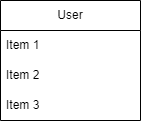
Grohot9/LWG_Online_Shop keeps this draw.io diagram as docs/DatabaseGrpah.drawio.png. Above is the earlier version. Source tidied: cells renumbered, new cells last; positions are measured from the earlier drawing's top-left corner, leaving out a move shared by most shapes.
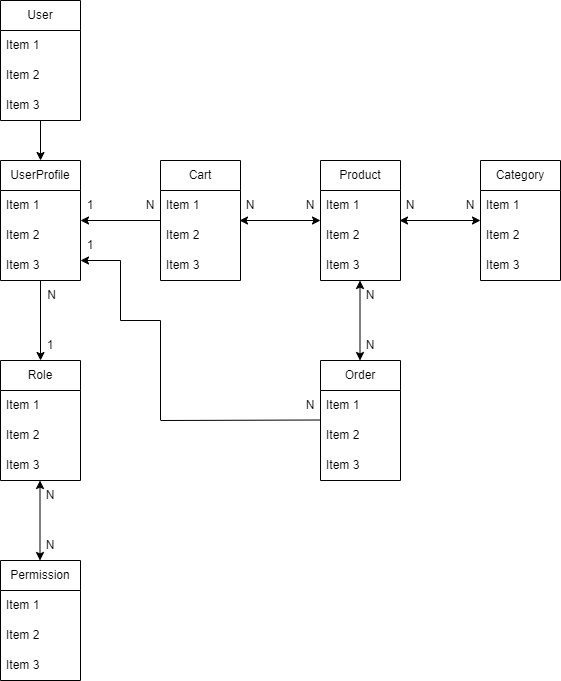
Above is the later version.

The edit, as a diff of the source:
```diff
@@ -2,17 +2,209 @@
   <root>
     <mxCell id="0" />
     <mxCell id="1" parent="0" />
+    <mxCell id="6" style="edgeStyle=orthogonalEdgeStyle;rounded=0;jettySize=auto;html=1;" parent="1" edge="1" source="2" target="8">
+      <mxGeometry relative="1" as="geometry" />
+    </mxCell>
     <mxCell id="2" value="User" style="swimlane;fontStyle=0;horizontal=1;startSize=30;whiteSpace=wrap;html=1;" parent="1" vertex="1">
-      <mxGeometry width="140" height="120" as="geometry" />
+      <mxGeometry width="80" height="120" as="geometry" />
     </mxCell>
     <mxCell id="3" value="Item 1" style="text;strokeColor=none;fillColor=none;align=left;verticalAlign=middle;spacingLeft=4;spacingRight=4;overflow=hidden;whiteSpace=wrap;html=1;" parent="2" vertex="1">
-      <mxGeometry y="30" width="140" height="30" as="geometry" />
+      <mxGeometry y="30" width="80" height="30" as="geometry" />
     </mxCell>
     <mxCell id="4" value="Item 2" style="text;strokeColor=none;fillColor=none;align=left;verticalAlign=middle;spacingLeft=4;spacingRight=4;overflow=hidden;whiteSpace=wrap;html=1;" parent="2" vertex="1">
-      <mxGeometry y="60" width="140" height="30" as="geometry" />
+      <mxGeometry y="60" width="80" height="30" as="geometry" />
     </mxCell>
     <mxCell id="5" value="Item 3" style="text;strokeColor=none;fillColor=none;align=left;verticalAlign=middle;spacingLeft=4;spacingRight=4;overflow=hidden;whiteSpace=wrap;html=1;" parent="2" vertex="1">
-      <mxGeometry y="90" width="140" height="30" as="geometry" />
+      <mxGeometry y="90" width="80" height="30" as="geometry" />
     </mxCell>
+    <mxCell id="7" style="edgeStyle=orthogonalEdgeStyle;rounded=0;jettySize=auto;html=1;" parent="1" edge="1" source="8" target="16">
+      <mxGeometry relative="1" as="geometry" />
+    </mxCell>
+    <mxCell id="8" value="UserProfile" style="swimlane;fontStyle=0;horizontal=1;startSize=30;whiteSpace=wrap;html=1;" parent="1" vertex="1">
+      <mxGeometry y="160" width="80" height="120" as="geometry" />
+    </mxCell>
+    <mxCell id="9" value="Item 1" style="text;strokeColor=none;fillColor=none;align=left;verticalAlign=middle;spacingLeft=4;spacingRight=4;overflow=hidden;whiteSpace=wrap;html=1;" parent="8" vertex="1">
+      <mxGeometry y="30" width="80" height="30" as="geometry" />
+    </mxCell>
+    <mxCell id="10" value="Item 2" style="text;strokeColor=none;fillColor=none;align=left;verticalAlign=middle;spacingLeft=4;spacingRight=4;overflow=hidden;whiteSpace=wrap;html=1;" parent="8" vertex="1">
+      <mxGeometry y="60" width="80" height="30" as="geometry" />
+    </mxCell>
+    <mxCell id="11" value="Item 3" style="text;strokeColor=none;fillColor=none;align=left;verticalAlign=middle;spacingLeft=4;spacingRight=4;overflow=hidden;whiteSpace=wrap;html=1;" parent="8" vertex="1">
+      <mxGeometry y="90" width="80" height="30" as="geometry" />
+    </mxCell>
+    <mxCell id="12" value="Cart" style="swimlane;fontStyle=0;horizontal=1;startSize=30;whiteSpace=wrap;html=1;" parent="1" vertex="1">
+      <mxGeometry x="160" y="160" width="80" height="120" as="geometry" />
+    </mxCell>
+    <mxCell id="13" value="Item 1" style="text;strokeColor=none;fillColor=none;align=left;verticalAlign=middle;spacingLeft=4;spacingRight=4;overflow=hidden;whiteSpace=wrap;html=1;" parent="12" vertex="1">
+      <mxGeometry y="30" width="80" height="30" as="geometry" />
+    </mxCell>
+    <mxCell id="14" value="Item 2" style="text;strokeColor=none;fillColor=none;align=left;verticalAlign=middle;spacingLeft=4;spacingRight=4;overflow=hidden;whiteSpace=wrap;html=1;" parent="12" vertex="1">
+      <mxGeometry y="60" width="80" height="30" as="geometry" />
+    </mxCell>
+    <mxCell id="15" value="Item 3" style="text;strokeColor=none;fillColor=none;align=left;verticalAlign=middle;spacingLeft=4;spacingRight=4;overflow=hidden;whiteSpace=wrap;html=1;" parent="12" vertex="1">
+      <mxGeometry y="90" width="80" height="30" as="geometry" />
+    </mxCell>
+    <mxCell id="16" value="Role" style="swimlane;fontStyle=0;horizontal=1;startSize=30;whiteSpace=wrap;html=1;" parent="1" vertex="1">
+      <mxGeometry y="360" width="80" height="120" as="geometry" />
+    </mxCell>
+    <mxCell id="17" value="Item 1" style="text;strokeColor=none;fillColor=none;align=left;verticalAlign=middle;spacingLeft=4;spacingRight=4;overflow=hidden;whiteSpace=wrap;html=1;" parent="16" vertex="1">
+      <mxGeometry y="30" width="80" height="30" as="geometry" />
+    </mxCell>
+    <mxCell id="18" value="Item 2" style="text;strokeColor=none;fillColor=none;align=left;verticalAlign=middle;spacingLeft=4;spacingRight=4;overflow=hidden;whiteSpace=wrap;html=1;" parent="16" vertex="1">
+      <mxGeometry y="60" width="80" height="30" as="geometry" />
+    </mxCell>
+    <mxCell id="19" value="Item 3" style="text;strokeColor=none;fillColor=none;align=left;verticalAlign=middle;spacingLeft=4;spacingRight=4;overflow=hidden;whiteSpace=wrap;html=1;" parent="16" vertex="1">
+      <mxGeometry y="90" width="80" height="30" as="geometry" />
+    </mxCell>
+    <mxCell id="20" value="Permission" style="swimlane;fontStyle=0;horizontal=1;startSize=30;whiteSpace=wrap;html=1;" parent="1" vertex="1">
+      <mxGeometry y="560" width="80" height="120" as="geometry" />
+    </mxCell>
+    <mxCell id="21" value="Item 1" style="text;strokeColor=none;fillColor=none;align=left;verticalAlign=middle;spacingLeft=4;spacingRight=4;overflow=hidden;whiteSpace=wrap;html=1;" parent="20" vertex="1">
+      <mxGeometry y="30" width="80" height="30" as="geometry" />
+    </mxCell>
+    <mxCell id="22" value="Item 2" style="text;strokeColor=none;fillColor=none;align=left;verticalAlign=middle;spacingLeft=4;spacingRight=4;overflow=hidden;whiteSpace=wrap;html=1;" parent="20" vertex="1">
+      <mxGeometry y="60" width="80" height="30" as="geometry" />
+    </mxCell>
+    <mxCell id="23" value="Item 3" style="text;strokeColor=none;fillColor=none;align=left;verticalAlign=middle;spacingLeft=4;spacingRight=4;overflow=hidden;whiteSpace=wrap;html=1;" parent="20" vertex="1">
+      <mxGeometry y="90" width="80" height="30" as="geometry" />
+    </mxCell>
+    <mxCell id="24" value="Product" style="swimlane;fontStyle=0;horizontal=1;startSize=30;whiteSpace=wrap;html=1;" parent="1" vertex="1">
+      <mxGeometry x="320" y="160" width="80" height="120" as="geometry" />
+    </mxCell>
+    <mxCell id="25" value="Item 1" style="text;strokeColor=none;fillColor=none;align=left;verticalAlign=middle;spacingLeft=4;spacingRight=4;overflow=hidden;whiteSpace=wrap;html=1;" parent="24" vertex="1">
+      <mxGeometry y="30" width="80" height="30" as="geometry" />
+    </mxCell>
+    <mxCell id="26" value="Item 2" style="text;strokeColor=none;fillColor=none;align=left;verticalAlign=middle;spacingLeft=4;spacingRight=4;overflow=hidden;whiteSpace=wrap;html=1;" parent="24" vertex="1">
+      <mxGeometry y="60" width="80" height="30" as="geometry" />
+    </mxCell>
+    <mxCell id="27" value="Item 3" style="text;strokeColor=none;fillColor=none;align=left;verticalAlign=middle;spacingLeft=4;spacingRight=4;overflow=hidden;whiteSpace=wrap;html=1;" parent="24" vertex="1">
+      <mxGeometry y="90" width="80" height="30" as="geometry" />
+    </mxCell>
+    <mxCell id="28" value="Category" style="swimlane;fontStyle=0;horizontal=1;startSize=30;whiteSpace=wrap;html=1;" parent="1" vertex="1">
+      <mxGeometry x="480" y="160" width="80" height="120" as="geometry" />
+    </mxCell>
+    <mxCell id="29" value="Item 1" style="text;strokeColor=none;fillColor=none;align=left;verticalAlign=middle;spacingLeft=4;spacingRight=4;overflow=hidden;whiteSpace=wrap;html=1;" parent="28" vertex="1">
+      <mxGeometry y="30" width="80" height="30" as="geometry" />
+    </mxCell>
+    <mxCell id="30" value="Item 2" style="text;strokeColor=none;fillColor=none;align=left;verticalAlign=middle;spacingLeft=4;spacingRight=4;overflow=hidden;whiteSpace=wrap;html=1;" parent="28" vertex="1">
+      <mxGeometry y="60" width="80" height="30" as="geometry" />
+    </mxCell>
+    <mxCell id="31" value="Item 3" style="text;strokeColor=none;fillColor=none;align=left;verticalAlign=middle;spacingLeft=4;spacingRight=4;overflow=hidden;whiteSpace=wrap;html=1;" parent="28" vertex="1">
+      <mxGeometry y="90" width="80" height="30" as="geometry" />
+    </mxCell>
+    <mxCell id="32" value="N" style="text;html=1;strokeColor=none;fillColor=none;align=center;verticalAlign=middle;whiteSpace=wrap;rounded=0;" parent="1" vertex="1">
+      <mxGeometry x="380" y="190" width="60" height="30" as="geometry" />
+    </mxCell>
+    <mxCell id="33" value="N" style="text;html=1;strokeColor=none;fillColor=none;align=center;verticalAlign=middle;whiteSpace=wrap;rounded=0;" parent="1" vertex="1">
+      <mxGeometry x="440" y="190" width="60" height="30" as="geometry" />
+    </mxCell>
+    <mxCell id="34" value="N" style="text;html=1;strokeColor=none;fillColor=none;align=center;verticalAlign=middle;whiteSpace=wrap;rounded=0;" parent="1" vertex="1">
+      <mxGeometry x="220" y="190" width="60" height="30" as="geometry" />
+    </mxCell>
+    <mxCell id="35" value="N" style="text;html=1;strokeColor=none;fillColor=none;align=center;verticalAlign=middle;whiteSpace=wrap;rounded=0;" parent="1" vertex="1">
+      <mxGeometry x="280" y="190" width="60" height="30" as="geometry" />
+    </mxCell>
+    <mxCell id="36" value="N" style="text;html=1;strokeColor=none;fillColor=none;align=center;verticalAlign=middle;whiteSpace=wrap;rounded=0;" parent="1" vertex="1">
+      <mxGeometry x="120" y="190" width="60" height="30" as="geometry" />
+    </mxCell>
+    <mxCell id="37" style="endArrow=classic;startArrow=classic;html=1;rounded=0;exitX=1.005;exitY=0.273;exitDx=0;exitDy=0;exitPerimeter=0;entryX=0.015;entryY=0.273;entryDx=0;entryDy=0;entryPerimeter=0;" parent="1" edge="1">
+      <mxGeometry relative="1" as="geometry">
+        <mxPoint x="399" y="220" as="sourcePoint" />
+        <mxPoint x="480" y="220" as="targetPoint" />
+      </mxGeometry>
+    </mxCell>
+    <mxCell id="38" style="endArrow=classic;startArrow=classic;html=1;rounded=0;exitX=1.005;exitY=0.273;exitDx=0;exitDy=0;exitPerimeter=0;entryX=0.015;entryY=0.273;entryDx=0;entryDy=0;entryPerimeter=0;" parent="1" edge="1">
+      <mxGeometry relative="1" as="geometry">
+        <mxPoint x="239" y="220" as="sourcePoint" />
+        <mxPoint x="320" y="220" as="targetPoint" />
+      </mxGeometry>
+    </mxCell>
+    <mxCell id="39" style="endArrow=classic;startArrow=classic;html=1;rounded=0;" parent="1" edge="1">
+      <mxGeometry relative="1" as="geometry">
+        <mxPoint x="39.5" y="560" as="sourcePoint" />
+        <mxPoint x="39.5" y="480" as="targetPoint" />
+      </mxGeometry>
+    </mxCell>
+    <mxCell id="40" value="N" style="text;html=1;strokeColor=none;fillColor=none;align=center;verticalAlign=middle;whiteSpace=wrap;rounded=0;" parent="1" vertex="1">
+      <mxGeometry x="20" y="530" width="60" height="30" as="geometry" />
+    </mxCell>
+    <mxCell id="41" value="N" style="text;html=1;strokeColor=none;fillColor=none;align=center;verticalAlign=middle;whiteSpace=wrap;rounded=0;" parent="1" vertex="1">
+      <mxGeometry x="20" y="480" width="60" height="30" as="geometry" />
+    </mxCell>
+    <mxCell id="42" value="&amp;nbsp;N" style="text;html=1;strokeColor=none;fillColor=none;align=center;verticalAlign=middle;whiteSpace=wrap;rounded=0;" parent="1" vertex="1">
+      <mxGeometry x="20" y="280" width="60" height="30" as="geometry" />
+    </mxCell>
+    <mxCell id="43" value="1" style="text;html=1;strokeColor=none;fillColor=none;align=center;verticalAlign=middle;whiteSpace=wrap;rounded=0;" parent="1" vertex="1">
+      <mxGeometry x="20" y="330" width="60" height="30" as="geometry" />
+    </mxCell>
+    <mxCell id="44" style="endArrow=classic;html=1;rounded=0;" parent="1" edge="1">
+      <mxGeometry relative="1" as="geometry">
+        <mxPoint x="160" y="220" as="sourcePoint" />
+        <mxPoint x="80" y="220" as="targetPoint" />
+      </mxGeometry>
+    </mxCell>
+    <mxCell id="45" value="1" style="text;html=1;strokeColor=none;fillColor=none;align=center;verticalAlign=middle;whiteSpace=wrap;rounded=0;" parent="1" vertex="1">
+      <mxGeometry x="60" y="190" width="60" height="30" as="geometry" />
+    </mxCell>
+    <mxCell id="46" value="Order" style="swimlane;fontStyle=0;horizontal=1;startSize=30;whiteSpace=wrap;html=1;" parent="1" vertex="1">
+      <mxGeometry x="320" y="360" width="80" height="120" as="geometry" />
+    </mxCell>
+    <mxCell id="47" value="Item 1" style="text;strokeColor=none;fillColor=none;align=left;verticalAlign=middle;spacingLeft=4;spacingRight=4;overflow=hidden;whiteSpace=wrap;html=1;" parent="46" vertex="1">
+      <mxGeometry y="30" width="80" height="30" as="geometry" />
+    </mxCell>
+    <mxCell id="48" value="Item 2" style="text;strokeColor=none;fillColor=none;align=left;verticalAlign=middle;spacingLeft=4;spacingRight=4;overflow=hidden;whiteSpace=wrap;html=1;" parent="46" vertex="1">
+      <mxGeometry y="60" width="80" height="30" as="geometry" />
+    </mxCell>
+    <mxCell id="49" value="Item 3" style="text;strokeColor=none;fillColor=none;align=left;verticalAlign=middle;spacingLeft=4;spacingRight=4;overflow=hidden;whiteSpace=wrap;html=1;" parent="46" vertex="1">
+      <mxGeometry y="90" width="80" height="30" as="geometry" />
+    </mxCell>
+    <mxCell id="50" style="endArrow=classic;startArrow=classic;html=1;rounded=0;" parent="1" edge="1">
+      <mxGeometry relative="1" as="geometry">
+        <mxPoint x="359.5" y="280" as="sourcePoint" />
+        <mxPoint x="359.5" y="360" as="targetPoint" />
+      </mxGeometry>
+    </mxCell>
+    <mxCell id="51" value="N" style="text;html=1;strokeColor=none;fillColor=none;align=center;verticalAlign=middle;whiteSpace=wrap;rounded=0;" parent="1" vertex="1">
+      <mxGeometry x="340" y="330" width="60" height="30" as="geometry" />
+    </mxCell>
+    <mxCell id="52" value="N" style="text;html=1;strokeColor=none;fillColor=none;align=center;verticalAlign=middle;whiteSpace=wrap;rounded=0;" parent="1" vertex="1">
+      <mxGeometry x="340" y="280" width="60" height="30" as="geometry" />
+    </mxCell>
+    <mxCell id="53" style="endArrow=none;html=1;rounded=0;" parent="1" edge="1">
+      <mxGeometry relative="1" as="geometry">
+        <mxPoint x="160" y="420" as="sourcePoint" />
+        <mxPoint x="320" y="419.5" as="targetPoint" />
+      </mxGeometry>
+    </mxCell>
+    <mxCell id="54" style="endArrow=none;html=1;rounded=0;" parent="1" edge="1">
+      <mxGeometry relative="1" as="geometry">
+        <mxPoint x="160" y="320" as="sourcePoint" />
+        <mxPoint x="160" y="419.5" as="targetPoint" />
+      </mxGeometry>
+    </mxCell>
+    <mxCell id="55" style="endArrow=none;html=1;rounded=0;" parent="1" edge="1">
+      <mxGeometry relative="1" as="geometry">
+        <mxPoint x="120" y="320" as="sourcePoint" />
+        <mxPoint x="160" y="320" as="targetPoint" />
+      </mxGeometry>
+    </mxCell>
+    <mxCell id="56" style="endArrow=none;html=1;rounded=0;" parent="1" edge="1">
+      <mxGeometry relative="1" as="geometry">
+        <mxPoint x="120" y="320" as="sourcePoint" />
+        <mxPoint x="120" y="260" as="targetPoint" />
+      </mxGeometry>
+    </mxCell>
+    <mxCell id="57" style="endArrow=classic;html=1;rounded=0;" parent="1" edge="1">
+      <mxGeometry relative="1" as="geometry">
+        <mxPoint x="120" y="260" as="sourcePoint" />
+        <mxPoint x="80" y="260" as="targetPoint" />
+      </mxGeometry>
+    </mxCell>
+    <mxCell id="58" value="N" style="text;html=1;strokeColor=none;fillColor=none;align=center;verticalAlign=middle;whiteSpace=wrap;rounded=0;" parent="1" vertex="1">
+      <mxGeometry x="280" y="390" width="60" height="30" as="geometry" />
+    </mxCell>
+    <mxCell id="59" value="1" style="text;html=1;strokeColor=none;fillColor=none;align=center;verticalAlign=middle;whiteSpace=wrap;rounded=0;" parent="1" vertex="1">
+      <mxGeometry x="60" y="230" width="60" height="30" as="geometry" />
+    </mxCell>
   </root>
 </mxGraphModel>
```
